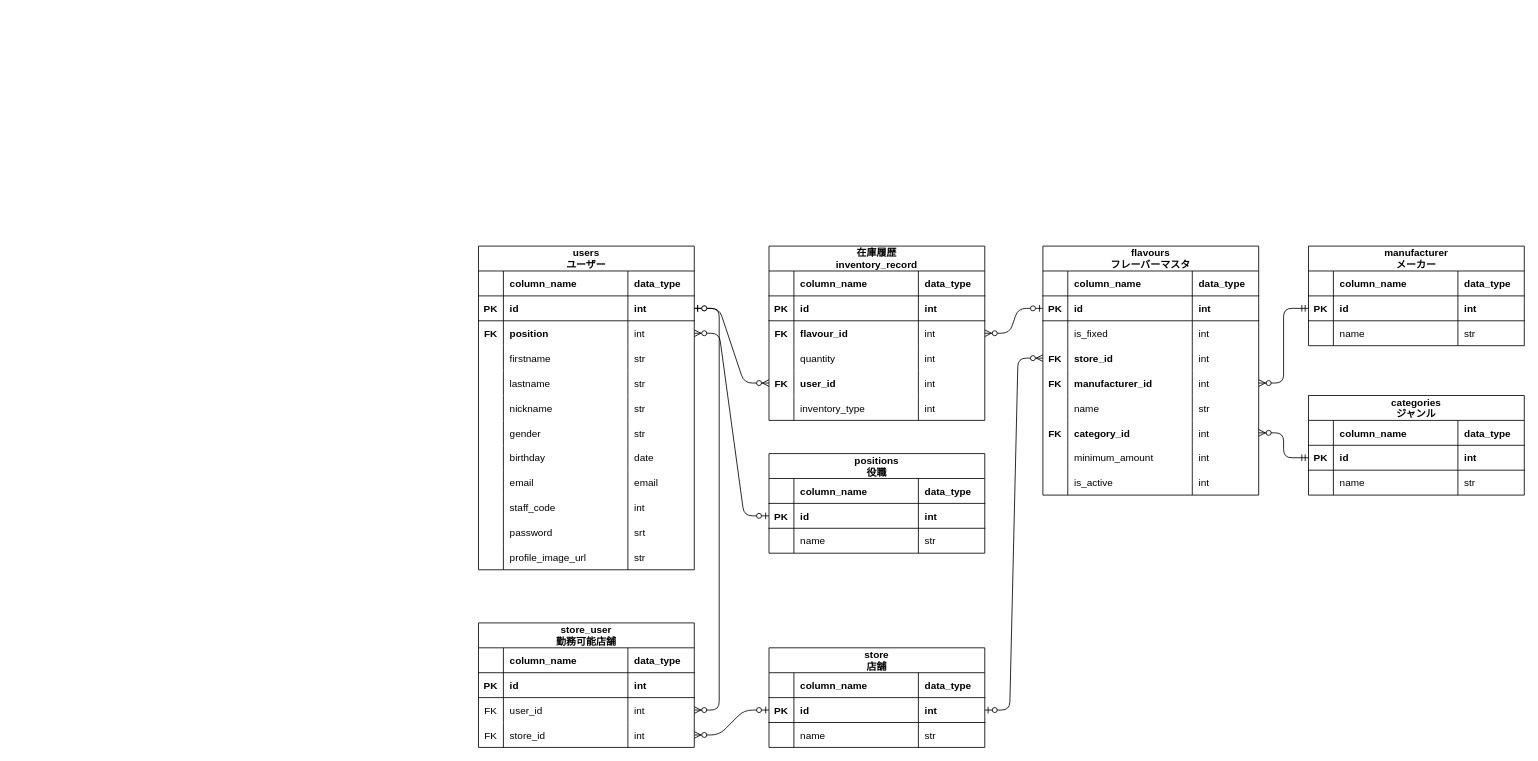
Before: document/er_diagram.dio in octopus-software/mosh, a draw.io diagram. Source tidied: cells renumbered, new cells numbered last; positions are measured from the earlier drawing's top-left corner, leaving out a move shared by most shapes. Both pictures are drawn from the tidied source at 83%, with x=0, y=0 at pixel (478, 246).
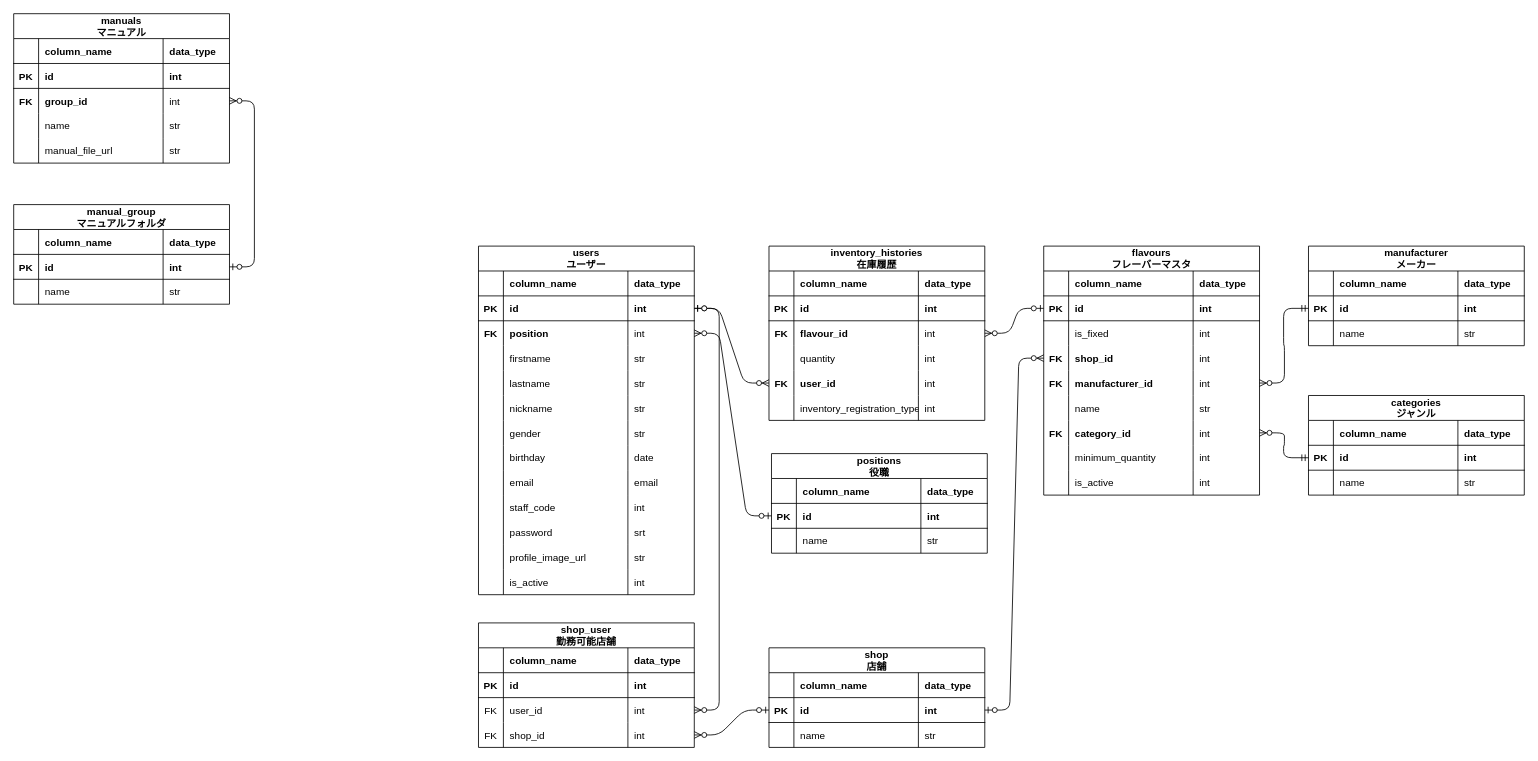
After the change.

Unchanged cells that the change refers to:
```xml
<mxCell id="77" style="shape=tableRow;horizontal=0;startSize=0;swimlaneHead=0;swimlaneBody=0;fillColor=none;points=[[0,0.5],[1,0.5]];portConstraint=eastwest;top=0;left=0;right=0;bottom=0;" parent="64" vertex="1">
  <mxGeometry y="120" width="260" height="30" as="geometry" />
</mxCell>
<mxCell id="93" style="shape=tableRow;horizontal=0;startSize=0;swimlaneHead=0;swimlaneBody=0;fillColor=none;top=0;left=0;right=0;bottom=0;" parent="64" vertex="1">
  <mxGeometry y="240" width="260" height="30" as="geometry" />
</mxCell>
<mxCell id="136" style="shape=tableRow;horizontal=0;startSize=0;swimlaneHead=0;swimlaneBody=0;fillColor=none;top=0;left=0;right=0;bottom=0;" parent="115" vertex="1">
  <mxGeometry y="180" width="260" height="30" as="geometry" />
</mxCell>
<mxCell id="169" style="shape=tableRow;horizontal=0;startSize=0;swimlaneHead=0;swimlaneBody=0;fillColor=none;points=[[0,0.5],[1,0.5]];portConstraint=eastwest;top=0;left=0;right=0;bottom=0;" parent="156" vertex="1">
  <mxGeometry y="120" width="260" height="30" as="geometry" />
</mxCell>
```

Change to the diagram source:
```diff
@@
     <mxCell id="2" value="users&#10;ユーザー" style="shape=table;startSize=30;childLayout=tableLayout;rowLines=0;fontStyle=1;align=center;" parent="1" vertex="1">
-      <mxGeometry width="260" height="390" as="geometry" />
+      <mxGeometry width="260" height="420" as="geometry" />
     </mxCell>
@@
+    <mxCell id="190" style="shape=tableRow;horizontal=0;startSize=0;swimlaneHead=0;swimlaneBody=0;fillColor=none;top=0;left=0;right=0;bottom=0;" parent="2" vertex="1">
+      <mxGeometry y="390" width="260" height="30" as="geometry" />
+    </mxCell>
+    <mxCell id="191" style="shape=partialRectangle;fillColor=none;top=0;left=0;bottom=0;right=0;overflow=hidden;" parent="190" vertex="1">
+      <mxGeometry width="30" height="30" as="geometry" />
+    </mxCell>
+    <mxCell id="192" value="is_active" style="shape=partialRectangle;fillColor=none;top=0;left=0;bottom=0;right=0;align=left;spacingLeft=6;overflow=hidden;" parent="190" vertex="1">
+      <mxGeometry x="30" width="150" height="30" as="geometry" />
+    </mxCell>
+    <mxCell id="193" value="int" style="shape=partialRectangle;fillColor=none;top=0;left=0;bottom=0;right=0;align=left;spacingLeft=6;overflow=hidden;" parent="190" vertex="1">
+      <mxGeometry x="180" width="80" height="30" as="geometry" />
+    </mxCell>
-    <mxCell id="51" value="store&#10;店舗" style="shape=table;startSize=30;childLayout=tableLayout;rowLines=0;fontStyle=1;align=center;" parent="1" vertex="1">
+    <mxCell id="51" value="shop&#10;店舗" style="shape=table;startSize=30;childLayout=tableLayout;rowLines=0;fontStyle=1;align=center;" parent="1" vertex="1">
       <mxGeometry x="350" y="484" width="260" height="120" as="geometry" />
     </mxCell>
@@
     <mxCell id="64" value="flavours&#10;フレーバーマスタ" style="shape=table;startSize=30;childLayout=tableLayout;rowLines=0;fontStyle=1;align=center;" parent="1" vertex="1">
-      <mxGeometry x="680" width="260" height="300" as="geometry" />
+      <mxGeometry x="681" width="260" height="300" as="geometry" />
     </mxCell>
@@
-    <mxCell id="79" value="store_id" style="shape=partialRectangle;fillColor=none;top=0;left=0;bottom=0;right=0;align=left;spacingLeft=6;overflow=hidden;fontStyle=1;" parent="77" vertex="1">
+    <mxCell id="79" value="shop_id" style="shape=partialRectangle;fillColor=none;top=0;left=0;bottom=0;right=0;align=left;spacingLeft=6;overflow=hidden;fontStyle=1;" parent="77" vertex="1">
       <mxGeometry x="30" width="150" height="30" as="geometry" />
     </mxCell>
@@
-    <mxCell id="95" value="minimum_amount" style="shape=partialRectangle;fillColor=none;top=0;left=0;bottom=0;right=0;align=left;spacingLeft=6;overflow=hidden;fontStyle=0;" parent="93" vertex="1">
+    <mxCell id="95" value="minimum_quantity" style="shape=partialRectangle;fillColor=none;top=0;left=0;bottom=0;right=0;align=left;spacingLeft=6;overflow=hidden;fontStyle=0;" parent="93" vertex="1">
       <mxGeometry x="30" width="150" height="30" as="geometry" />
     </mxCell>
@@
-    <mxCell id="115" value="在庫履歴&#10;inventory_record" style="shape=table;startSize=30;childLayout=tableLayout;rowLines=0;fontStyle=1;align=center;" parent="1" vertex="1">
+    <mxCell id="115" value="inventory_histories&#10;在庫履歴" style="shape=table;startSize=30;childLayout=tableLayout;rowLines=0;fontStyle=1;align=center;" parent="1" vertex="1">
       <mxGeometry x="350" width="260" height="210" as="geometry" />
     </mxCell>
@@
-    <mxCell id="138" value="inventory_type" style="shape=partialRectangle;fillColor=none;top=0;left=0;bottom=0;right=0;align=left;spacingLeft=6;overflow=hidden;fontStyle=0;" parent="136" vertex="1">
+    <mxCell id="138" value="inventory_registration_type" style="shape=partialRectangle;fillColor=none;top=0;left=0;bottom=0;right=0;align=left;spacingLeft=6;overflow=hidden;fontStyle=0;" parent="136" vertex="1">
       <mxGeometry x="30" width="150" height="30" as="geometry" />
     </mxCell>
@@
     <mxCell id="142" value="positions&#10;役職" style="shape=table;startSize=30;childLayout=tableLayout;rowLines=0;fontStyle=1;align=center;" parent="1" vertex="1">
-      <mxGeometry x="350" y="250" width="260" height="120" as="geometry" />
+      <mxGeometry x="353" y="250" width="260" height="120" as="geometry" />
     </mxCell>
@@
-    <mxCell id="156" value="store_user&#10;勤務可能店舗" style="shape=table;startSize=30;childLayout=tableLayout;rowLines=0;fontStyle=1;align=center;" parent="1" vertex="1">
+    <mxCell id="156" value="shop_user&#10;勤務可能店舗" style="shape=table;startSize=30;childLayout=tableLayout;rowLines=0;fontStyle=1;align=center;" parent="1" vertex="1">
       <mxGeometry y="454" width="260" height="150" as="geometry" />
     </mxCell>
@@
-    <mxCell id="171" value="store_id" style="shape=partialRectangle;fillColor=none;top=0;left=0;bottom=0;right=0;align=left;spacingLeft=6;overflow=hidden;" parent="169" vertex="1">
+    <mxCell id="171" value="shop_id" style="shape=partialRectangle;fillColor=none;top=0;left=0;bottom=0;right=0;align=left;spacingLeft=6;overflow=hidden;" parent="169" vertex="1">
       <mxGeometry x="30" width="150" height="30" as="geometry" />
     </mxCell>
@@
+    <mxCell id="194" value="manuals&#10;マニュアル" style="shape=table;startSize=30;childLayout=tableLayout;rowLines=0;fontStyle=1;align=center;" parent="1" vertex="1">
+      <mxGeometry x="-560" y="-280" width="260" height="180" as="geometry" />
+    </mxCell>
+    <mxCell id="195" style="shape=tableRow;horizontal=0;startSize=0;swimlaneHead=0;swimlaneBody=0;fillColor=none;top=0;left=0;right=0;bottom=1;" parent="194" vertex="1">
+      <mxGeometry y="30" width="260" height="30" as="geometry" />
+    </mxCell>
+    <mxCell id="196" style="shape=partialRectangle;fillColor=none;top=0;left=0;bottom=0;right=0;fontStyle=1;overflow=hidden;" parent="195" vertex="1">
+      <mxGeometry width="30" height="30" as="geometry" />
+    </mxCell>
+    <mxCell id="197" value="column_name" style="shape=partialRectangle;fillColor=none;top=0;left=0;bottom=0;right=0;align=left;spacingLeft=6;fontStyle=1;overflow=hidden;" parent="195" vertex="1">
+      <mxGeometry x="30" width="150" height="30" as="geometry" />
+    </mxCell>
+    <mxCell id="198" value="data_type" style="shape=partialRectangle;fillColor=none;top=0;left=0;bottom=0;right=0;align=left;spacingLeft=6;fontStyle=1;overflow=hidden;" parent="195" vertex="1">
+      <mxGeometry x="180" width="80" height="30" as="geometry" />
+    </mxCell>
+    <mxCell id="199" style="shape=tableRow;horizontal=0;startSize=0;swimlaneHead=0;swimlaneBody=0;fillColor=none;top=0;left=0;right=0;bottom=1;" parent="194" vertex="1">
+      <mxGeometry y="60" width="260" height="30" as="geometry" />
+    </mxCell>
+    <mxCell id="200" value="PK" style="shape=partialRectangle;fillColor=none;top=0;left=0;bottom=0;right=0;fontStyle=1;overflow=hidden;" parent="199" vertex="1">
+      <mxGeometry width="30" height="30" as="geometry" />
+    </mxCell>
+    <mxCell id="201" value="id" style="shape=partialRectangle;fillColor=none;top=0;left=0;bottom=0;right=0;align=left;spacingLeft=6;fontStyle=1;overflow=hidden;" parent="199" vertex="1">
+      <mxGeometry x="30" width="150" height="30" as="geometry" />
+    </mxCell>
+    <mxCell id="202" value="int" style="shape=partialRectangle;fillColor=none;top=0;left=0;bottom=0;right=0;align=left;spacingLeft=6;fontStyle=1;overflow=hidden;" parent="199" vertex="1">
+      <mxGeometry x="180" width="80" height="30" as="geometry" />
+    </mxCell>
+    <mxCell id="203" style="shape=tableRow;horizontal=0;startSize=0;swimlaneHead=0;swimlaneBody=0;fillColor=none;points=[[0,0.5],[1,0.5]];portConstraint=eastwest;top=0;left=0;right=0;bottom=0;" parent="194" vertex="1">
+      <mxGeometry y="90" width="260" height="30" as="geometry" />
+    </mxCell>
+    <mxCell id="204" value="FK" style="shape=partialRectangle;fillColor=none;top=0;left=0;bottom=0;right=0;overflow=hidden;fontStyle=1;" parent="203" vertex="1">
+      <mxGeometry width="30" height="30" as="geometry" />
+    </mxCell>
+    <mxCell id="205" value="group_id" style="shape=partialRectangle;fillColor=none;top=0;left=0;bottom=0;right=0;align=left;spacingLeft=6;overflow=hidden;fontStyle=1;" parent="203" vertex="1">
+      <mxGeometry x="30" width="150" height="30" as="geometry" />
+    </mxCell>
+    <mxCell id="206" value="int" style="shape=partialRectangle;fillColor=none;top=0;left=0;bottom=0;right=0;align=left;spacingLeft=6;overflow=hidden;" parent="203" vertex="1">
+      <mxGeometry x="180" width="80" height="30" as="geometry" />
+    </mxCell>
+    <mxCell id="207" style="shape=tableRow;horizontal=0;startSize=0;swimlaneHead=0;swimlaneBody=0;fillColor=none;top=0;left=0;right=0;bottom=0;" parent="194" vertex="1">
+      <mxGeometry y="120" width="260" height="30" as="geometry" />
+    </mxCell>
+    <mxCell id="208" style="shape=partialRectangle;fillColor=none;top=0;left=0;bottom=0;right=0;overflow=hidden;fontStyle=1;" parent="207" vertex="1">
+      <mxGeometry width="30" height="30" as="geometry" />
+    </mxCell>
+    <mxCell id="209" value="name" style="shape=partialRectangle;fillColor=none;top=0;left=0;bottom=0;right=0;align=left;spacingLeft=6;overflow=hidden;fontStyle=0;" parent="207" vertex="1">
+      <mxGeometry x="30" width="150" height="30" as="geometry" />
+    </mxCell>
+    <mxCell id="210" value="str" style="shape=partialRectangle;fillColor=none;top=0;left=0;bottom=0;right=0;align=left;spacingLeft=6;overflow=hidden;" parent="207" vertex="1">
+      <mxGeometry x="180" width="80" height="30" as="geometry" />
+    </mxCell>
+    <mxCell id="211" style="shape=tableRow;horizontal=0;startSize=0;swimlaneHead=0;swimlaneBody=0;fillColor=none;top=0;left=0;right=0;bottom=0;" parent="194" vertex="1">
+      <mxGeometry y="150" width="260" height="30" as="geometry" />
+    </mxCell>
+    <mxCell id="212" style="shape=partialRectangle;fillColor=none;top=0;left=0;bottom=0;right=0;overflow=hidden;fontStyle=1;" parent="211" vertex="1">
+      <mxGeometry width="30" height="30" as="geometry" />
+    </mxCell>
+    <mxCell id="213" value="manual_file_url" style="shape=partialRectangle;fillColor=none;top=0;left=0;bottom=0;right=0;align=left;spacingLeft=6;overflow=hidden;fontStyle=0;" parent="211" vertex="1">
+      <mxGeometry x="30" width="150" height="30" as="geometry" />
+    </mxCell>
+    <mxCell id="214" value="str" style="shape=partialRectangle;fillColor=none;top=0;left=0;bottom=0;right=0;align=left;spacingLeft=6;overflow=hidden;" parent="211" vertex="1">
+      <mxGeometry x="180" width="80" height="30" as="geometry" />
+    </mxCell>
+    <mxCell id="215" value="manual_group&#10;マニュアルフォルダ" style="shape=table;startSize=30;childLayout=tableLayout;rowLines=0;fontStyle=1;align=center;" parent="1" vertex="1">
+      <mxGeometry x="-560" y="-50" width="260" height="120" as="geometry" />
+    </mxCell>
+    <mxCell id="216" style="shape=tableRow;horizontal=0;startSize=0;swimlaneHead=0;swimlaneBody=0;fillColor=none;top=0;left=0;right=0;bottom=1;" parent="215" vertex="1">
+      <mxGeometry y="30" width="260" height="30" as="geometry" />
+    </mxCell>
+    <mxCell id="217" style="shape=partialRectangle;fillColor=none;top=0;left=0;bottom=0;right=0;fontStyle=1;overflow=hidden;" parent="216" vertex="1">
+      <mxGeometry width="30" height="30" as="geometry" />
+    </mxCell>
+    <mxCell id="218" value="column_name" style="shape=partialRectangle;fillColor=none;top=0;left=0;bottom=0;right=0;align=left;spacingLeft=6;fontStyle=1;overflow=hidden;" parent="216" vertex="1">
+      <mxGeometry x="30" width="150" height="30" as="geometry" />
+    </mxCell>
+    <mxCell id="219" value="data_type" style="shape=partialRectangle;fillColor=none;top=0;left=0;bottom=0;right=0;align=left;spacingLeft=6;fontStyle=1;overflow=hidden;" parent="216" vertex="1">
+      <mxGeometry x="180" width="80" height="30" as="geometry" />
+    </mxCell>
+    <mxCell id="220" style="shape=tableRow;horizontal=0;startSize=0;swimlaneHead=0;swimlaneBody=0;fillColor=none;points=[[0,0.5],[1,0.5]];portConstraint=eastwest;top=0;left=0;right=0;bottom=1;" parent="215" vertex="1">
+      <mxGeometry y="60" width="260" height="30" as="geometry" />
+    </mxCell>
+    <mxCell id="221" value="PK" style="shape=partialRectangle;fillColor=none;top=0;left=0;bottom=0;right=0;fontStyle=1;overflow=hidden;" parent="220" vertex="1">
+      <mxGeometry width="30" height="30" as="geometry" />
+    </mxCell>
+    <mxCell id="222" value="id" style="shape=partialRectangle;fillColor=none;top=0;left=0;bottom=0;right=0;align=left;spacingLeft=6;fontStyle=1;overflow=hidden;" parent="220" vertex="1">
+      <mxGeometry x="30" width="150" height="30" as="geometry" />
+    </mxCell>
+    <mxCell id="223" value="int" style="shape=partialRectangle;fillColor=none;top=0;left=0;bottom=0;right=0;align=left;spacingLeft=6;fontStyle=1;overflow=hidden;" parent="220" vertex="1">
+      <mxGeometry x="180" width="80" height="30" as="geometry" />
+    </mxCell>
+    <mxCell id="224" style="shape=tableRow;horizontal=0;startSize=0;swimlaneHead=0;swimlaneBody=0;fillColor=none;top=0;left=0;right=0;bottom=0;" parent="215" vertex="1">
+      <mxGeometry y="90" width="260" height="30" as="geometry" />
+    </mxCell>
+    <mxCell id="225" style="shape=partialRectangle;fillColor=none;top=0;left=0;bottom=0;right=0;overflow=hidden;fontStyle=1;" parent="224" vertex="1">
+      <mxGeometry width="30" height="30" as="geometry" />
+    </mxCell>
+    <mxCell id="226" value="name" style="shape=partialRectangle;fillColor=none;top=0;left=0;bottom=0;right=0;align=left;spacingLeft=6;overflow=hidden;fontStyle=0;" parent="224" vertex="1">
+      <mxGeometry x="30" width="150" height="30" as="geometry" />
+    </mxCell>
+    <mxCell id="227" value="str" style="shape=partialRectangle;fillColor=none;top=0;left=0;bottom=0;right=0;align=left;spacingLeft=6;overflow=hidden;" parent="224" vertex="1">
+      <mxGeometry x="180" width="80" height="30" as="geometry" />
+    </mxCell>
+    <mxCell id="228" style="edgeStyle=entityRelationEdgeStyle;fontSize=12;html=1;endArrow=ERzeroToMany;startArrow=ERzeroToOne;exitX=1;exitY=0.5;exitDx=0;exitDy=0;entryX=1;entryY=0.5;entryDx=0;entryDy=0;" parent="1" edge="1" source="220" target="203">
+      <mxGeometry relative="1" as="geometry" />
+    </mxCell>
```
